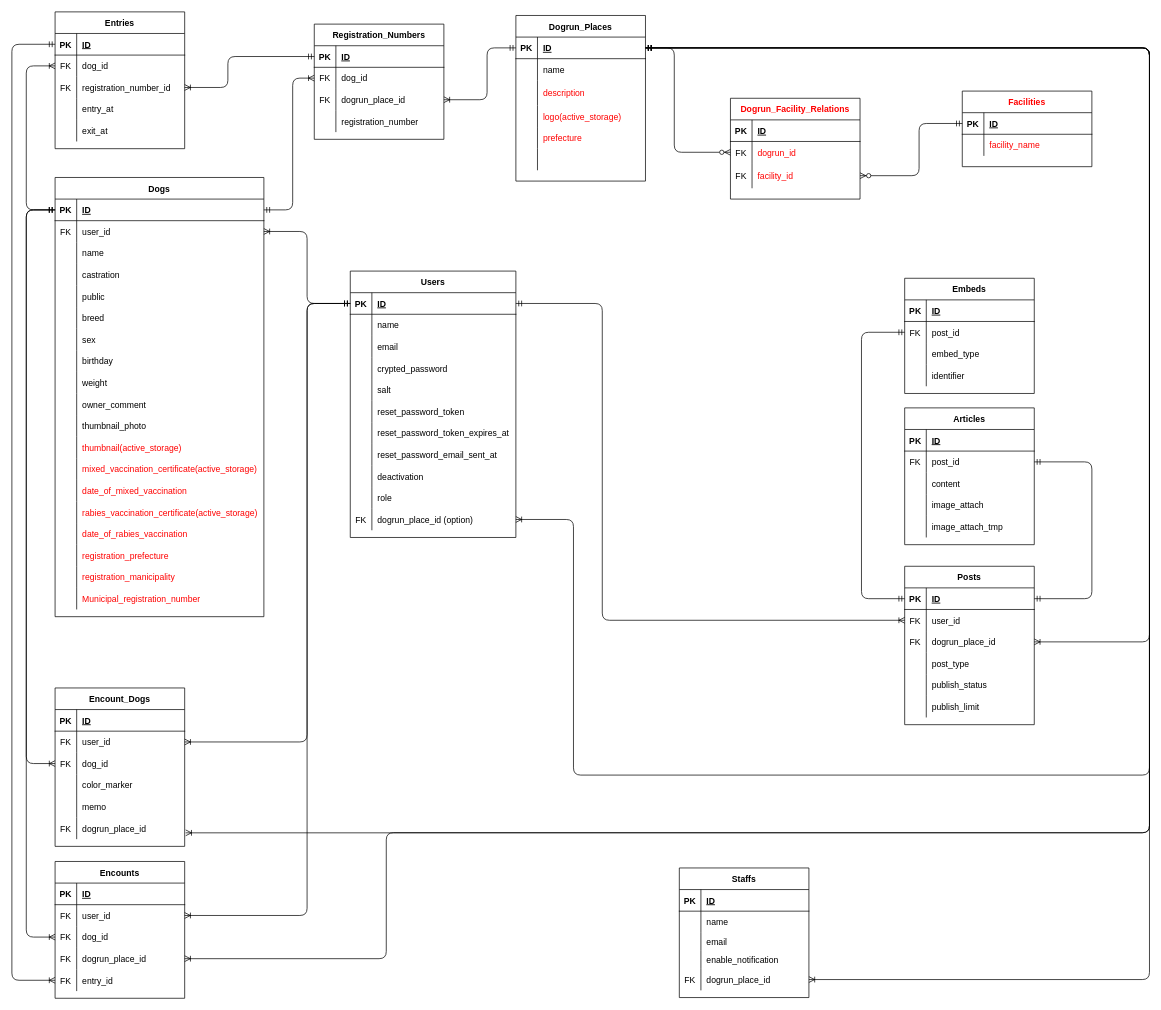
This is ER_diagram.drawio from Kedaruma-Bond/dogrun_connect_app, a draw.io file, before an edit. Source tidied: cells renumbered, new cells numbered last; positions are measured from the earlier drawing's top-left corner, leaving out a move shared by most shapes. Both pictures are drawn from the tidied source at 72%, with x=0, y=0 at pixel (12, 12).
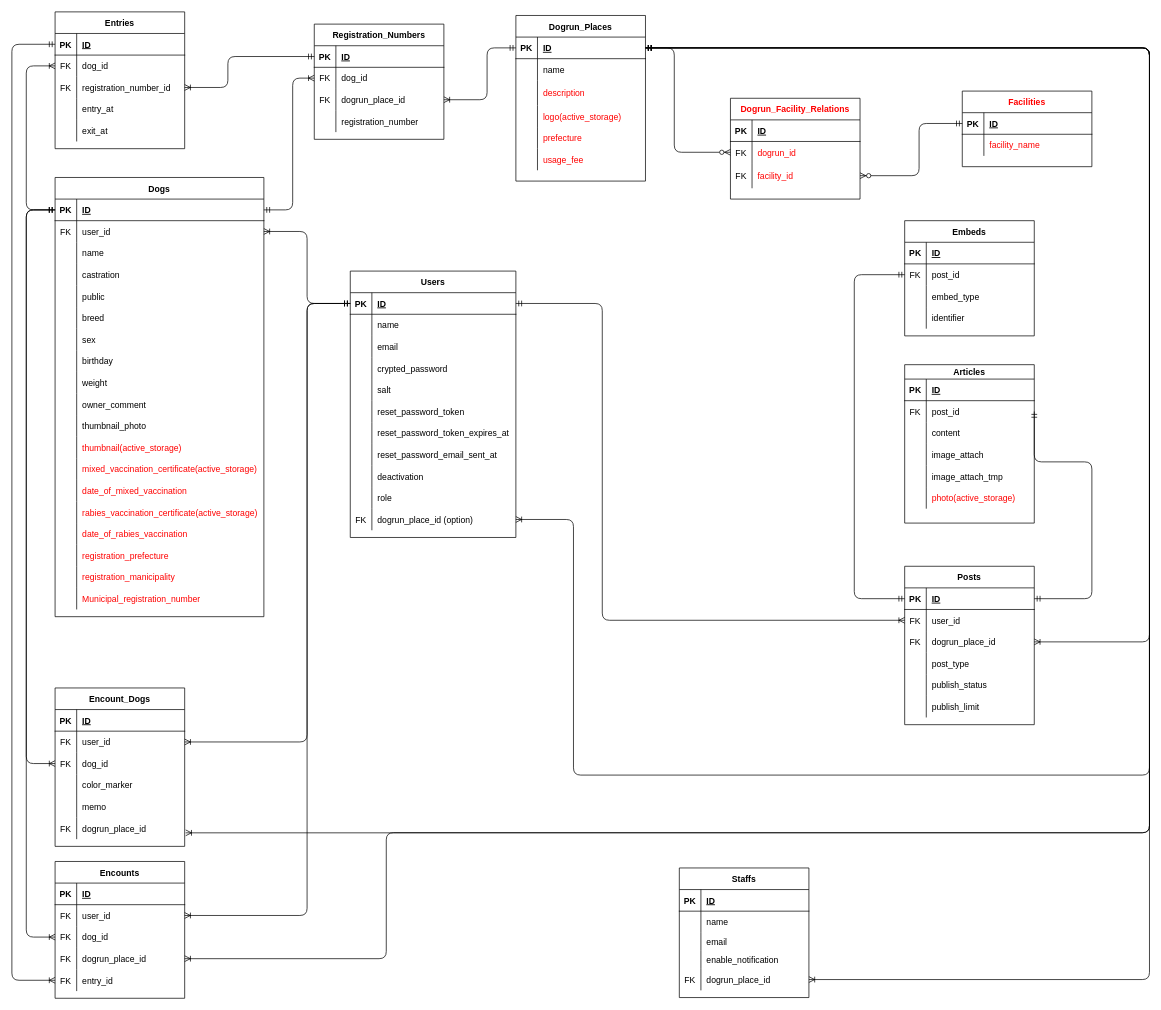
Above is the later version.

Unchanged cells that the change refers to:
```xml
<mxCell id="127" style="shape=partialRectangle;fillColor=none;top=0;left=0;bottom=1;right=0;points=[[0,0.5],[1,0.5]];portConstraint=eastwest;" parent="126" vertex="1">
  <mxGeometry y="30" width="180" height="30" as="geometry" />
</mxCell>
<mxCell id="196" style="shape=tableRow;horizontal=0;startSize=0;swimlaneHead=0;swimlaneBody=0;fillColor=none;top=0;left=0;right=0;bottom=0;strokeColor=none;" parent="180" vertex="1">
  <mxGeometry y="185" width="180" height="30" as="geometry" />
</mxCell>
<mxCell id="223" style="shape=partialRectangle;fillColor=none;top=0;left=0;bottom=0;right=0;points=[[0,0.5],[1,0.5]];portConstraint=eastwest;" parent="219" vertex="1">
  <mxGeometry y="60" width="180" height="30" as="geometry" />
</mxCell>
```

The edit, as a diff of the source:
```diff
@@
-    <mxCell id="198" style="shape=partialRectangle;fillColor=none;top=0;left=0;bottom=0;right=0;align=left;spacingLeft=6;overflow=hidden;strokeColor=none;fontColor=#FF0000;" parent="196" vertex="1">
+    <mxCell id="198" value="usage_fee" style="shape=partialRectangle;fillColor=none;top=0;left=0;bottom=0;right=0;align=left;spacingLeft=6;overflow=hidden;strokeColor=none;fontColor=#FF0000;" parent="196" vertex="1">
       <mxGeometry x="30" width="150" height="30" as="geometry" />
     </mxCell>
@@
-    <mxCell id="203" value="Articles" style="shape=table;startSize=30;childLayout=tableLayout;rowLines=0;fontStyle=1;align=center;" parent="1" vertex="1">
-      <mxGeometry x="1240" y="550" width="180" height="190" as="geometry" />
+    <mxCell id="203" value="Articles" style="shape=table;startSize=20;childLayout=tableLayout;rowLines=0;fontStyle=1;align=center;" parent="1" vertex="1">
+      <mxGeometry x="1240" y="490" width="180" height="220" as="geometry" />
     </mxCell>
     <mxCell id="204" style="shape=partialRectangle;fillColor=none;top=0;left=0;bottom=1;right=0;" parent="203" vertex="1">
-      <mxGeometry y="30" width="180" height="30" as="geometry" />
+      <mxGeometry y="20" width="180" height="30" as="geometry" />
     </mxCell>
@@
     <mxCell id="207" style="shape=partialRectangle;fillColor=none;top=0;left=0;bottom=0;right=0;points=[[0,0.5],[1,0.5]];portConstraint=eastwest;" parent="203" vertex="1">
-      <mxGeometry y="60" width="180" height="30" as="geometry" />
+      <mxGeometry y="50" width="180" height="30" as="geometry" />
     </mxCell>
@@
     <mxCell id="210" style="shape=partialRectangle;fillColor=none;top=0;left=0;bottom=0;right=0;" parent="203" vertex="1">
-      <mxGeometry y="90" width="180" height="30" as="geometry" />
+      <mxGeometry y="80" width="180" height="30" as="geometry" />
     </mxCell>
@@
     <mxCell id="213" style="shape=partialRectangle;fillColor=none;top=0;left=0;bottom=0;right=0;" parent="203" vertex="1">
-      <mxGeometry y="120" width="180" height="30" as="geometry" />
+      <mxGeometry y="110" width="180" height="30" as="geometry" />
     </mxCell>
@@
     <mxCell id="216" style="shape=partialRectangle;fillColor=none;top=0;left=0;bottom=0;right=0;" parent="203" vertex="1">
-      <mxGeometry y="150" width="180" height="30" as="geometry" />
+      <mxGeometry y="140" width="180" height="30" as="geometry" />
     </mxCell>
@@
+    <mxCell id="278" style="shape=partialRectangle;fillColor=none;top=0;left=0;bottom=0;right=0;" parent="203" vertex="1">
+      <mxGeometry y="170" width="180" height="30" as="geometry" />
+    </mxCell>
+    <mxCell id="279" style="shape=partialRectangle;fillColor=none;top=0;left=0;bottom=0;right=0;overflow=hidden;" parent="278" vertex="1">
+      <mxGeometry width="30" height="30" as="geometry" />
+    </mxCell>
+    <mxCell id="280" value="photo(active_storage)" style="shape=partialRectangle;fillColor=none;top=0;left=0;bottom=0;right=0;align=left;spacingLeft=6;overflow=hidden;fontColor=#FF0000;" parent="278" vertex="1">
+      <mxGeometry x="30" width="150" height="30" as="geometry" />
+    </mxCell>
     <mxCell id="219" value="Embeds" style="shape=table;startSize=30;childLayout=tableLayout;rowLines=0;fontStyle=1;align=center;" parent="1" vertex="1">
-      <mxGeometry x="1240" y="370" width="180" height="160" as="geometry" />
+      <mxGeometry x="1240" y="290" width="180" height="160" as="geometry" />
     </mxCell>
@@
     <mxCell id="233" style="edgeStyle=orthogonalEdgeStyle;fontSize=12;html=1;endArrow=ERmandOne;startArrow=ERmandOne;exitX=0;exitY=0.5;exitDx=0;exitDy=0;entryX=0;entryY=0.5;entryDx=0;entryDy=0;strokeColor=default;" parent="1" edge="1" source="127" target="223">
       <mxGeometry relative="1" as="geometry">
         <Array as="points">
-          <mxPoint x="1180" y="815" />
-          <mxPoint x="1180" y="445" />
+          <mxPoint x="1170" y="815" />
+          <mxPoint x="1170" y="365" />
         </Array>
       </mxGeometry>
     </mxCell>
```
